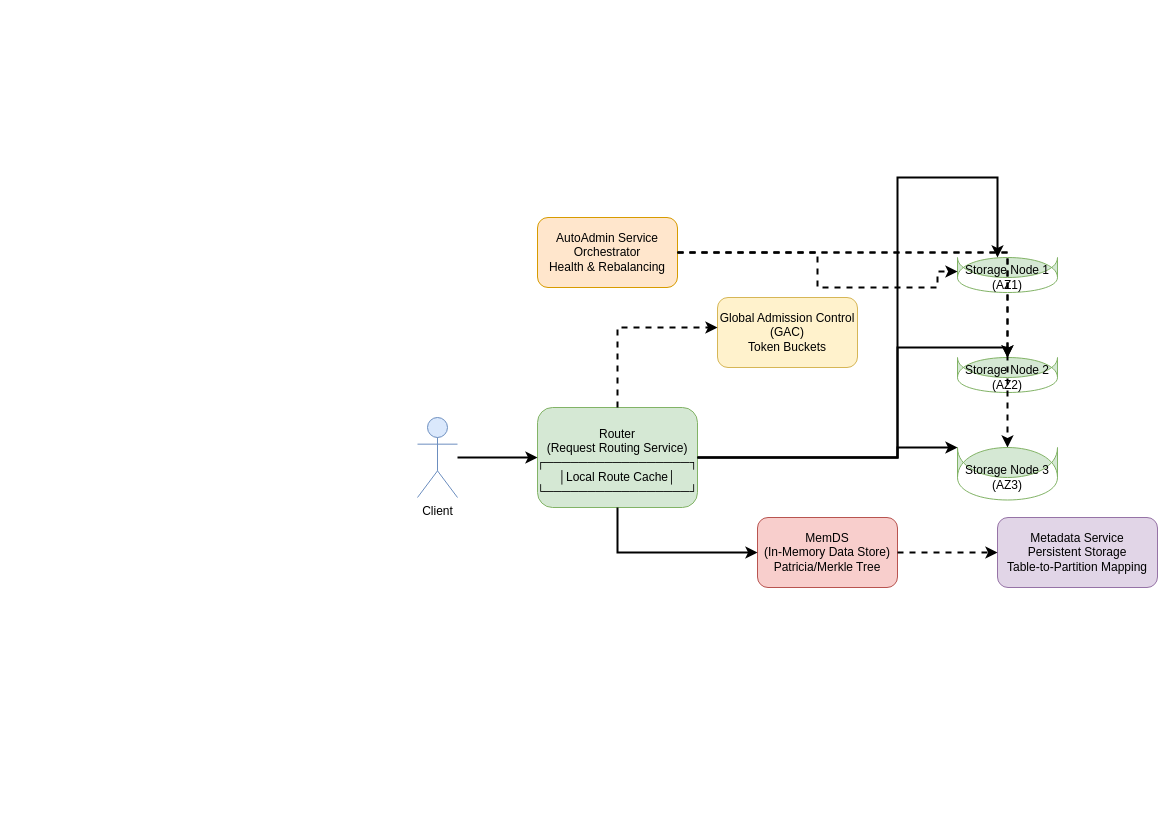
This is DynamoDb HighLevel.drawio from me-ayman-builds/drawio-diagrams, a draw.io file, before an edit. Source tidied: cells renumbered, new cells numbered last; positions are measured from the earlier drawing's top-left corner, leaving out a move shared by most shapes. Both pictures are drawn from the tidied source at 100%, with x=0, y=0 at pixel (417, 177).
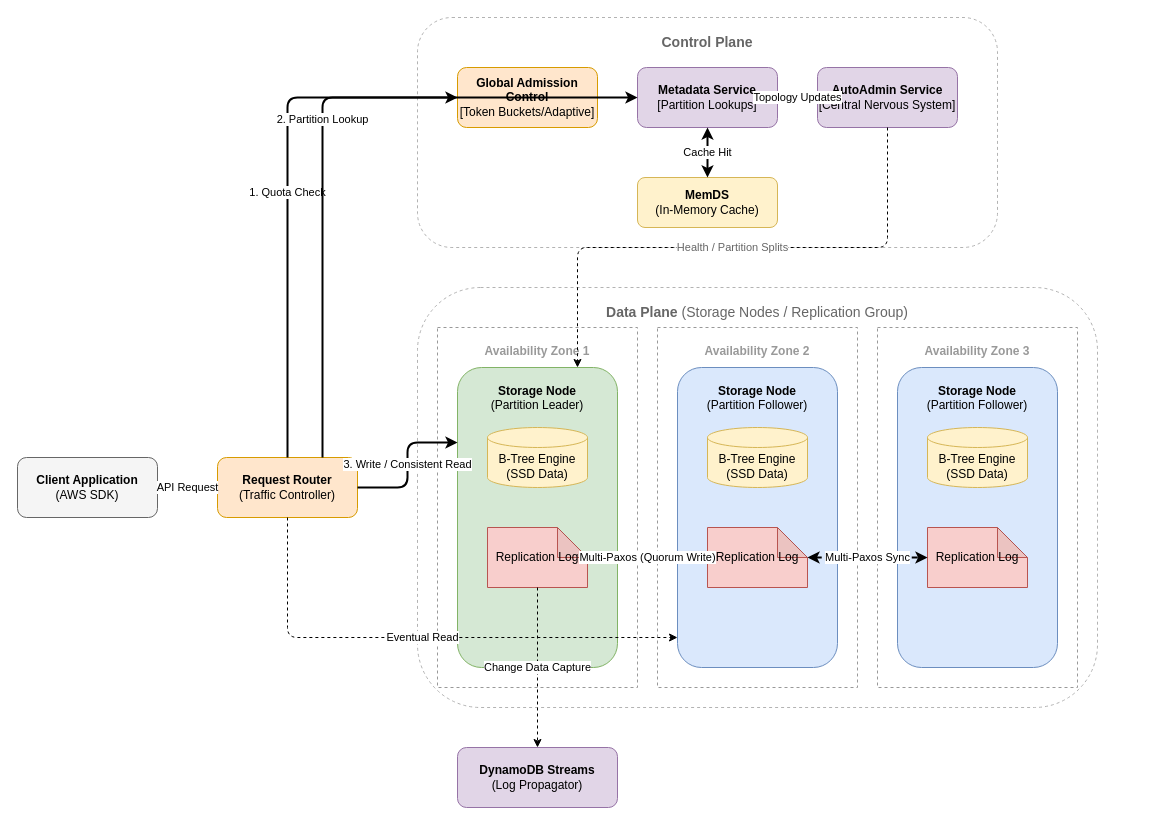
After the change.

The edit, as a diff of the source:
```diff
@@
-    <mxCell id="2" value="Client" style="shape=umlActor;verticalLabelPosition=bottom;verticalAlign=top;html=1;fillColor=#dae8fc;strokeColor=#6c8ebf;" parent="1" vertex="1">
-      <mxGeometry y="240" width="40" height="80" as="geometry" />
-    </mxCell>
-    <mxCell id="3" value="Router&#10;(Request Routing Service)&#10;┌─────────────────┐&#10;│Local Route Cache│&#10;└─────────────────┘" style="rounded=1;whiteSpace=wrap;html=1;fillColor=#d5e8d4;strokeColor=#82b366;align=center;spacingTop=10;" parent="1" vertex="1">
-      <mxGeometry x="120" y="230" width="160" height="100" as="geometry" />
-    </mxCell>
-    <mxCell id="4" value="Global Admission Control&#10;(GAC)&#10;Token Buckets" style="rounded=1;whiteSpace=wrap;html=1;fillColor=#fff2cc;strokeColor=#d6b656;align=center;" parent="1" vertex="1">
-      <mxGeometry x="300" y="120" width="140" height="70" as="geometry" />
-    </mxCell>
-    <mxCell id="5" value="MemDS&#10;(In-Memory Data Store)&#10;Patricia/Merkle Tree" style="rounded=1;whiteSpace=wrap;html=1;fillColor=#f8cecc;strokeColor=#b85450;align=center;" parent="1" vertex="1">
-      <mxGeometry x="340" y="340" width="140" height="70" as="geometry" />
-    </mxCell>
-    <mxCell id="6" value="Metadata Service&#10;Persistent Storage&#10;Table-to-Partition Mapping" style="rounded=1;whiteSpace=wrap;html=1;fillColor=#e1d5e7;strokeColor=#9673a6;align=center;" parent="1" vertex="1">
-      <mxGeometry x="580" y="340" width="160" height="70" as="geometry" />
-    </mxCell>
-    <mxCell id="7" value="AutoAdmin Service&#10;Orchestrator&#10;Health &amp; Rebalancing" style="rounded=1;whiteSpace=wrap;html=1;fillColor=#ffe6cc;strokeColor=#d79b00;align=center;" parent="1" vertex="1">
-      <mxGeometry x="120" y="40" width="140" height="70" as="geometry" />
-    </mxCell>
-    <mxCell id="8" value="Storage Node 1&#10;(AZ1)" style="shape=cylinder;whiteSpace=wrap;html=1;boundedLbl=1;backgroundOutline=1;size=10;fillColor=#d5e8d4;strokeColor=#82b366;align=center;" parent="1" vertex="1">
-      <mxGeometry x="540" y="80" width="100" height="20" as="geometry" />
-    </mxCell>
-    <mxCell id="9" value="Storage Node 2&#10;(AZ2)" style="shape=cylinder;whiteSpace=wrap;html=1;boundedLbl=1;backgroundOutline=1;size=10;fillColor=#d5e8d4;strokeColor=#82b366;align=center;" parent="1" vertex="1">
-      <mxGeometry x="540" y="180" width="100" height="20" as="geometry" />
-    </mxCell>
-    <mxCell id="10" value="Storage Node 3&#10;(AZ3)" style="shape=cylinder;whiteSpace=wrap;html=1;boundedLbl=1;backgroundOutline=1;size=10;fillColor=#d5e8d4;strokeColor=#82b366;align=center;" parent="1" vertex="1">
-      <mxGeometry x="540" y="270" width="100" height="30" as="geometry" />
-    </mxCell>
-    <mxCell id="11" style="edgeStyle=orthogonalEdgeStyle;rounded=0;jettySize=auto;html=1;strokeWidth=2;" parent="1" edge="1" source="2" target="3">
-      <mxGeometry relative="1" as="geometry" />
-    </mxCell>
-    <mxCell id="12" style="edgeStyle=orthogonalEdgeStyle;rounded=0;jettySize=auto;html=1;strokeWidth=2;dashed=1;" parent="1" edge="1" source="3" target="4">
-      <mxGeometry relative="1" as="geometry">
-        <Array as="points">
-          <mxPoint x="200" y="150" />
-        </Array>
-      </mxGeometry>
-    </mxCell>
-    <mxCell id="13" style="edgeStyle=orthogonalEdgeStyle;rounded=0;jettySize=auto;html=1;strokeWidth=2;" parent="1" edge="1" source="3" target="5">
-      <mxGeometry relative="1" as="geometry">
-        <Array as="points">
-          <mxPoint x="200" y="375" />
-        </Array>
-      </mxGeometry>
-    </mxCell>
-    <mxCell id="14" style="edgeStyle=orthogonalEdgeStyle;rounded=0;jettySize=auto;html=1;strokeWidth=2;dashed=1;" parent="1" edge="1" source="5" target="6">
-      <mxGeometry relative="1" as="geometry" />
-    </mxCell>
-    <mxCell id="15" style="edgeStyle=orthogonalEdgeStyle;rounded=0;jettySize=auto;html=1;strokeWidth=2;" parent="1" edge="1" source="3" target="8">
-      <mxGeometry relative="1" as="geometry">
-        <Array as="points">
-          <mxPoint x="480" y="280" />
-          <mxPoint x="480" />
-          <mxPoint x="580" />
-        </Array>
-      </mxGeometry>
-    </mxCell>
-    <mxCell id="16" style="edgeStyle=orthogonalEdgeStyle;rounded=0;jettySize=auto;html=1;strokeWidth=2;" parent="1" edge="1" source="3" target="9">
-      <mxGeometry relative="1" as="geometry">
-        <Array as="points">
-          <mxPoint x="480" y="280" />
-          <mxPoint x="480" y="170" />
-        </Array>
-      </mxGeometry>
-    </mxCell>
-    <mxCell id="17" style="edgeStyle=orthogonalEdgeStyle;rounded=0;jettySize=auto;html=1;strokeWidth=2;" parent="1" edge="1" source="3" target="10">
-      <mxGeometry relative="1" as="geometry">
-        <Array as="points">
-          <mxPoint x="480" y="280" />
-          <mxPoint x="480" y="270" />
-        </Array>
-      </mxGeometry>
-    </mxCell>
-    <mxCell id="18" style="edgeStyle=orthogonalEdgeStyle;rounded=0;jettySize=auto;html=1;strokeWidth=2;dashed=1;entryX=0;entryY=0.7;entryDx=0;entryDy=0;" parent="1" edge="1" source="7" target="8">
-      <mxGeometry relative="1" as="geometry">
-        <Array as="points">
-          <mxPoint x="400" y="75" />
-          <mxPoint x="400" y="110" />
-          <mxPoint x="520" y="110" />
-          <mxPoint x="520" y="94" />
-        </Array>
-      </mxGeometry>
-    </mxCell>
-    <mxCell id="19" style="edgeStyle=orthogonalEdgeStyle;rounded=0;jettySize=auto;html=1;strokeWidth=2;dashed=1;" parent="1" edge="1" source="7" target="9">
-      <mxGeometry relative="1" as="geometry" />
-    </mxCell>
-    <mxCell id="20" style="edgeStyle=orthogonalEdgeStyle;rounded=0;jettySize=auto;html=1;strokeWidth=2;dashed=1;" parent="1" edge="1" source="7" target="10">
-      <mxGeometry relative="1" as="geometry">
-        <Array as="points">
-          <mxPoint x="590" y="75" />
-        </Array>
-      </mxGeometry>
-    </mxCell>
+    <mxCell id="21" value="&lt;b&gt;Control Plane&lt;/b&gt;" style="rounded=1;whiteSpace=wrap;html=1;fillColor=none;strokeColor=#B3B3B3;dashed=1;verticalAlign=top;spacingTop=10;fontSize=14;fontColor=#666666;" parent="1" vertex="1">
+      <mxGeometry y="-160" width="580" height="230" as="geometry" />
+    </mxCell>
+    <mxCell id="22" value="&lt;b&gt;Data Plane&lt;/b&gt; (Storage Nodes / Replication Group)" style="rounded=1;whiteSpace=wrap;html=1;fillColor=none;strokeColor=#B3B3B3;dashed=1;verticalAlign=top;spacingTop=10;fontSize=14;fontColor=#666666;" parent="1" vertex="1">
+      <mxGeometry y="110" width="680" height="420" as="geometry" />
+    </mxCell>
+    <mxCell id="23" value="Availability Zone 1" style="rounded=0;whiteSpace=wrap;html=1;fillColor=none;strokeColor=#999999;dashed=1;verticalAlign=top;spacingTop=10;fontStyle=1;fontColor=#999999;" parent="1" vertex="1">
+      <mxGeometry x="20" y="150" width="200" height="360" as="geometry" />
+    </mxCell>
+    <mxCell id="24" value="Availability Zone 2" style="rounded=0;whiteSpace=wrap;html=1;fillColor=none;strokeColor=#999999;dashed=1;verticalAlign=top;spacingTop=10;fontStyle=1;fontColor=#999999;" parent="1" vertex="1">
+      <mxGeometry x="240" y="150" width="200" height="360" as="geometry" />
+    </mxCell>
+    <mxCell id="25" value="Availability Zone 3" style="rounded=0;whiteSpace=wrap;html=1;fillColor=none;strokeColor=#999999;dashed=1;verticalAlign=top;spacingTop=10;fontStyle=1;fontColor=#999999;" parent="1" vertex="1">
+      <mxGeometry x="460" y="150" width="200" height="360" as="geometry" />
+    </mxCell>
+    <mxCell id="26" value="&lt;b&gt;Client Application&lt;/b&gt;&lt;br&gt;(AWS SDK)" style="rounded=1;whiteSpace=wrap;html=1;fillColor=#f5f5f5;strokeColor=#666666;" parent="1" vertex="1">
+      <mxGeometry x="-400" y="280" width="140" height="60" as="geometry" />
+    </mxCell>
+    <mxCell id="27" value="&lt;b&gt;Request Router&lt;/b&gt;&lt;br&gt;(Traffic Controller)" style="rounded=1;whiteSpace=wrap;html=1;fillColor=#ffe6cc;strokeColor=#d79b00;" parent="1" vertex="1">
+      <mxGeometry x="-200" y="280" width="140" height="60" as="geometry" />
+    </mxCell>
+    <mxCell id="28" value="&lt;b&gt;Global Admission Control&lt;/b&gt;&lt;br&gt;[Token Buckets/Adaptive]" style="rounded=1;whiteSpace=wrap;html=1;fillColor=#ffe6cc;strokeColor=#d79b00;" parent="1" vertex="1">
+      <mxGeometry x="40" y="-110" width="140" height="60" as="geometry" />
+    </mxCell>
+    <mxCell id="29" value="&lt;b&gt;Metadata Service&lt;/b&gt;&lt;br&gt;[Partition Lookups]" style="rounded=1;whiteSpace=wrap;html=1;fillColor=#e1d5e7;strokeColor=#9673a6;" parent="1" vertex="1">
+      <mxGeometry x="220" y="-110" width="140" height="60" as="geometry" />
+    </mxCell>
+    <mxCell id="30" value="&lt;b&gt;MemDS&lt;/b&gt;&lt;br&gt;(In-Memory Cache)" style="rounded=1;whiteSpace=wrap;html=1;fillColor=#fff2cc;strokeColor=#d6b656;" parent="1" vertex="1">
+      <mxGeometry x="220" width="140" height="50" as="geometry" />
+    </mxCell>
+    <mxCell id="31" value="&lt;b&gt;AutoAdmin Service&lt;/b&gt;&lt;br&gt;[Central Nervous System]" style="rounded=1;whiteSpace=wrap;html=1;fillColor=#e1d5e7;strokeColor=#9673a6;" parent="1" vertex="1">
+      <mxGeometry x="400" y="-110" width="140" height="60" as="geometry" />
+    </mxCell>
+    <mxCell id="32" value="&lt;b&gt;Storage Node&lt;/b&gt;&lt;br&gt;(Partition Leader)" style="rounded=1;whiteSpace=wrap;html=1;fillColor=#d5e8d4;strokeColor=#82b366;verticalAlign=top;spacingTop=10;" parent="1" vertex="1">
+      <mxGeometry x="40" y="190" width="160" height="300" as="geometry" />
+    </mxCell>
+    <mxCell id="33" value="B-Tree Engine&lt;br&gt;(SSD Data)" style="shape=cylinder3;whiteSpace=wrap;html=1;boundedLbl=1;backgroundOutline=1;size=10;fillColor=#fff2cc;strokeColor=#d6b656;" parent="1" vertex="1">
+      <mxGeometry x="70" y="250" width="100" height="60" as="geometry" />
+    </mxCell>
+    <mxCell id="34" value="Replication Log" style="shape=note;whiteSpace=wrap;html=1;backgroundOutline=1;darkOpacity=0.05;fillColor=#f8cecc;strokeColor=#b85450;" parent="1" vertex="1">
+      <mxGeometry x="70" y="350" width="100" height="60" as="geometry" />
+    </mxCell>
+    <mxCell id="35" value="&lt;b&gt;Storage Node&lt;/b&gt;&lt;br&gt;(Partition Follower)" style="rounded=1;whiteSpace=wrap;html=1;fillColor=#dae8fc;strokeColor=#6c8ebf;verticalAlign=top;spacingTop=10;" parent="1" vertex="1">
+      <mxGeometry x="260" y="190" width="160" height="300" as="geometry" />
+    </mxCell>
+    <mxCell id="36" value="B-Tree Engine&lt;br&gt;(SSD Data)" style="shape=cylinder3;whiteSpace=wrap;html=1;boundedLbl=1;backgroundOutline=1;size=10;fillColor=#fff2cc;strokeColor=#d6b656;" parent="1" vertex="1">
+      <mxGeometry x="290" y="250" width="100" height="60" as="geometry" />
+    </mxCell>
+    <mxCell id="37" value="Replication Log" style="shape=note;whiteSpace=wrap;html=1;backgroundOutline=1;darkOpacity=0.05;fillColor=#f8cecc;strokeColor=#b85450;" parent="1" vertex="1">
+      <mxGeometry x="290" y="350" width="100" height="60" as="geometry" />
+    </mxCell>
+    <mxCell id="38" value="&lt;b&gt;Storage Node&lt;/b&gt;&lt;br&gt;(Partition Follower)" style="rounded=1;whiteSpace=wrap;html=1;fillColor=#dae8fc;strokeColor=#6c8ebf;verticalAlign=top;spacingTop=10;" parent="1" vertex="1">
+      <mxGeometry x="480" y="190" width="160" height="300" as="geometry" />
+    </mxCell>
+    <mxCell id="39" value="B-Tree Engine&lt;br&gt;(SSD Data)" style="shape=cylinder3;whiteSpace=wrap;html=1;boundedLbl=1;backgroundOutline=1;size=10;fillColor=#fff2cc;strokeColor=#d6b656;" parent="1" vertex="1">
+      <mxGeometry x="510" y="250" width="100" height="60" as="geometry" />
+    </mxCell>
+    <mxCell id="40" value="Replication Log" style="shape=note;whiteSpace=wrap;html=1;backgroundOutline=1;darkOpacity=0.05;fillColor=#f8cecc;strokeColor=#b85450;" parent="1" vertex="1">
+      <mxGeometry x="510" y="350" width="100" height="60" as="geometry" />
+    </mxCell>
+    <mxCell id="41" value="&lt;b&gt;DynamoDB Streams&lt;/b&gt;&lt;br&gt;(Log Propagator)" style="rounded=1;whiteSpace=wrap;html=1;fillColor=#e1d5e7;strokeColor=#9673a6;" parent="1" vertex="1">
+      <mxGeometry x="40" y="570" width="160" height="60" as="geometry" />
+    </mxCell>
+    <mxCell id="42" value="API Request" style="edgeStyle=orthogonalEdgeStyle;rounded=1;html=1;exitX=1;exitY=0.5;entryX=0;entryY=0.5;strokeWidth=2;" parent="1" edge="1" source="26" target="27">
+      <mxGeometry relative="1" as="geometry" />
+    </mxCell>
+    <mxCell id="43" value="1. Quota Check" style="edgeStyle=orthogonalEdgeStyle;rounded=1;html=1;exitX=0.5;exitY=0;entryX=0;entryY=0.5;strokeWidth=2;" parent="1" edge="1" source="27" target="28">
+      <mxGeometry relative="1" as="geometry" />
+    </mxCell>
+    <mxCell id="44" value="2. Partition Lookup" style="edgeStyle=orthogonalEdgeStyle;rounded=1;html=1;exitX=0.75;exitY=0;entryX=0;entryY=0.5;strokeWidth=2;" parent="1" edge="1" source="27" target="29">
+      <mxGeometry relative="1" as="geometry">
+        <Array as="points">
+          <mxPoint x="-95" y="-80" />
+        </Array>
+      </mxGeometry>
+    </mxCell>
+    <mxCell id="45" value="Cache Hit" style="edgeStyle=orthogonalEdgeStyle;rounded=1;html=1;exitX=0.5;exitY=1;entryX=0.5;entryY=0;strokeWidth=2;startArrow=classic;endArrow=classic;" parent="1" edge="1" source="29" target="30">
+      <mxGeometry relative="1" as="geometry" />
+    </mxCell>
+    <mxCell id="46" value="3. Write / Consistent Read" style="edgeStyle=orthogonalEdgeStyle;rounded=1;html=1;exitX=1;exitY=0.5;entryX=0;entryY=0.25;strokeWidth=2;" parent="1" edge="1" source="27" target="32">
+      <mxGeometry relative="1" as="geometry" />
+    </mxCell>
+    <mxCell id="47" value="Eventual Read" style="edgeStyle=orthogonalEdgeStyle;rounded=1;html=1;exitX=0.5;exitY=1;entryX=0;entryY=0.9;strokeWidth=1;dashed=1;" parent="1" edge="1" source="27" target="35">
+      <mxGeometry relative="1" as="geometry" />
+    </mxCell>
+    <mxCell id="48" value="Topology Updates" style="edgeStyle=orthogonalEdgeStyle;rounded=1;html=1;exitX=0;exitY=0.5;entryX=1;entryY=0.5;strokeWidth=1;" parent="1" edge="1" source="31" target="29">
+      <mxGeometry relative="1" as="geometry" />
+    </mxCell>
+    <mxCell id="49" value="Health / Partition Splits" style="edgeStyle=orthogonalEdgeStyle;rounded=1;html=1;exitX=0.5;exitY=1;entryX=0.75;entryY=0;strokeWidth=1;dashed=1;fontColor=#666666;" parent="1" edge="1" source="31" target="32">
+      <mxGeometry relative="1" as="geometry">
+        <Array as="points">
+          <mxPoint x="470" y="70" />
+          <mxPoint x="160" y="70" />
+        </Array>
+      </mxGeometry>
+    </mxCell>
+    <mxCell id="50" value="Multi-Paxos (Quorum Write)" style="edgeStyle=orthogonalEdgeStyle;rounded=1;html=1;exitX=1;exitY=0.5;entryX=0;entryY=0.5;strokeWidth=2;dashed=1;startArrow=classic;endArrow=classic;" parent="1" edge="1" source="34" target="37">
+      <mxGeometry relative="1" as="geometry" />
+    </mxCell>
+    <mxCell id="51" value="Multi-Paxos Sync" style="edgeStyle=orthogonalEdgeStyle;rounded=1;html=1;exitX=1;exitY=0.5;entryX=0;entryY=0.5;strokeWidth=2;dashed=1;startArrow=classic;endArrow=classic;" parent="1" edge="1" source="37" target="40">
+      <mxGeometry relative="1" as="geometry" />
+    </mxCell>
+    <mxCell id="52" value="Change Data Capture" style="edgeStyle=orthogonalEdgeStyle;rounded=1;html=1;exitX=0.5;exitY=1;entryX=0.5;entryY=0;strokeWidth=1;dashed=1;" parent="1" edge="1" source="34" target="41">
+      <mxGeometry relative="1" as="geometry" />
+    </mxCell>
```
